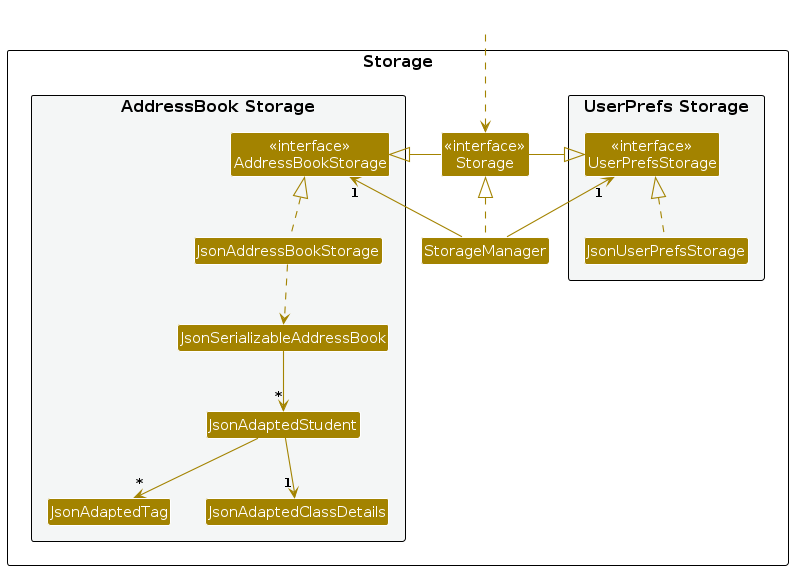
The PlantUML diagram diagrams/StorageClassDiagram.png in AY2324S1-CS2103T-T11-1/tp, before a commit. Its source is kept beside it as diagrams/StorageClassDiagram.puml.
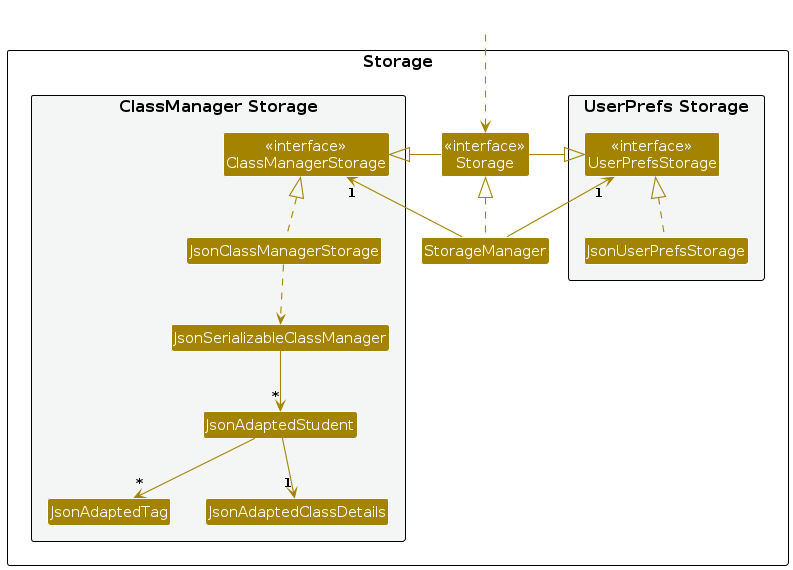
Above is the later version.

Diff of the diagram source:
```diff
@@ -14,10 +14,10 @@
 Class "<<interface>>\nStorage" as Storage
 Class StorageManager
 
-package "AddressBook Storage" #F4F6F6{
-Class "<<interface>>\nAddressBookStorage" as AddressBookStorage
-Class JsonAddressBookStorage
-Class JsonSerializableAddressBook
+package "ClassManager Storage" #F4F6F6{
+Class "<<interface>>\nClassManagerStorage" as ClassManagerStorage
+Class JsonClassManagerStorage
+Class JsonSerializableClassManager
 Class JsonAdaptedStudent
 Class JsonAdaptedTag
 Class JsonAdaptedClassDetails
@@ -30,15 +30,15 @@
 
 StorageManager .up.|> Storage
 StorageManager -up-> "1" UserPrefsStorage
-StorageManager -up-> "1" AddressBookStorage
+StorageManager -up-> "1" ClassManagerStorage
 
 Storage -left-|> UserPrefsStorage
-Storage -right-|> AddressBookStorage
+Storage -right-|> ClassManagerStorage
 
 JsonUserPrefsStorage .up.|> UserPrefsStorage
-JsonAddressBookStorage .up.|> AddressBookStorage
-JsonAddressBookStorage ..> JsonSerializableAddressBook
-JsonSerializableAddressBook --> "*" JsonAdaptedStudent
+JsonClassManagerStorage .up.|> ClassManagerStorage
+JsonClassManagerStorage ..> JsonSerializableClassManager
+JsonSerializableClassManager --> "*" JsonAdaptedStudent
 JsonAdaptedStudent --> "*" JsonAdaptedTag
 JsonAdaptedStudent --> "1" JsonAdaptedClassDetails
 
```
